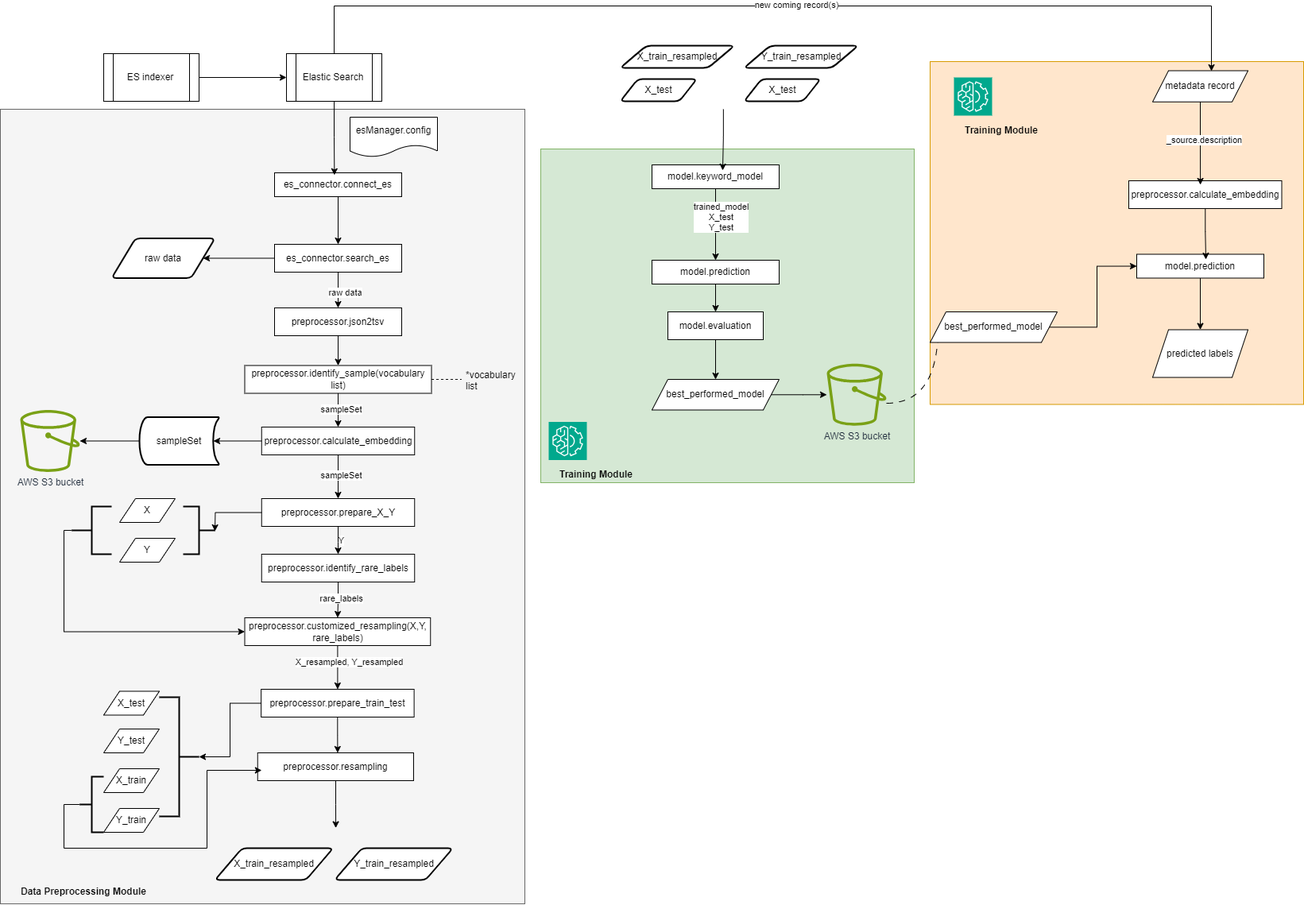
The draw.io diagram notebooks/data-discovery-ai-framework.drawio.png in aodn/data-discovery-ai, before a commit. Source tidied: cells renumbered, new cells last; positions are measured from the earlier drawing's top-left corner, leaving out a move shared by most shapes.
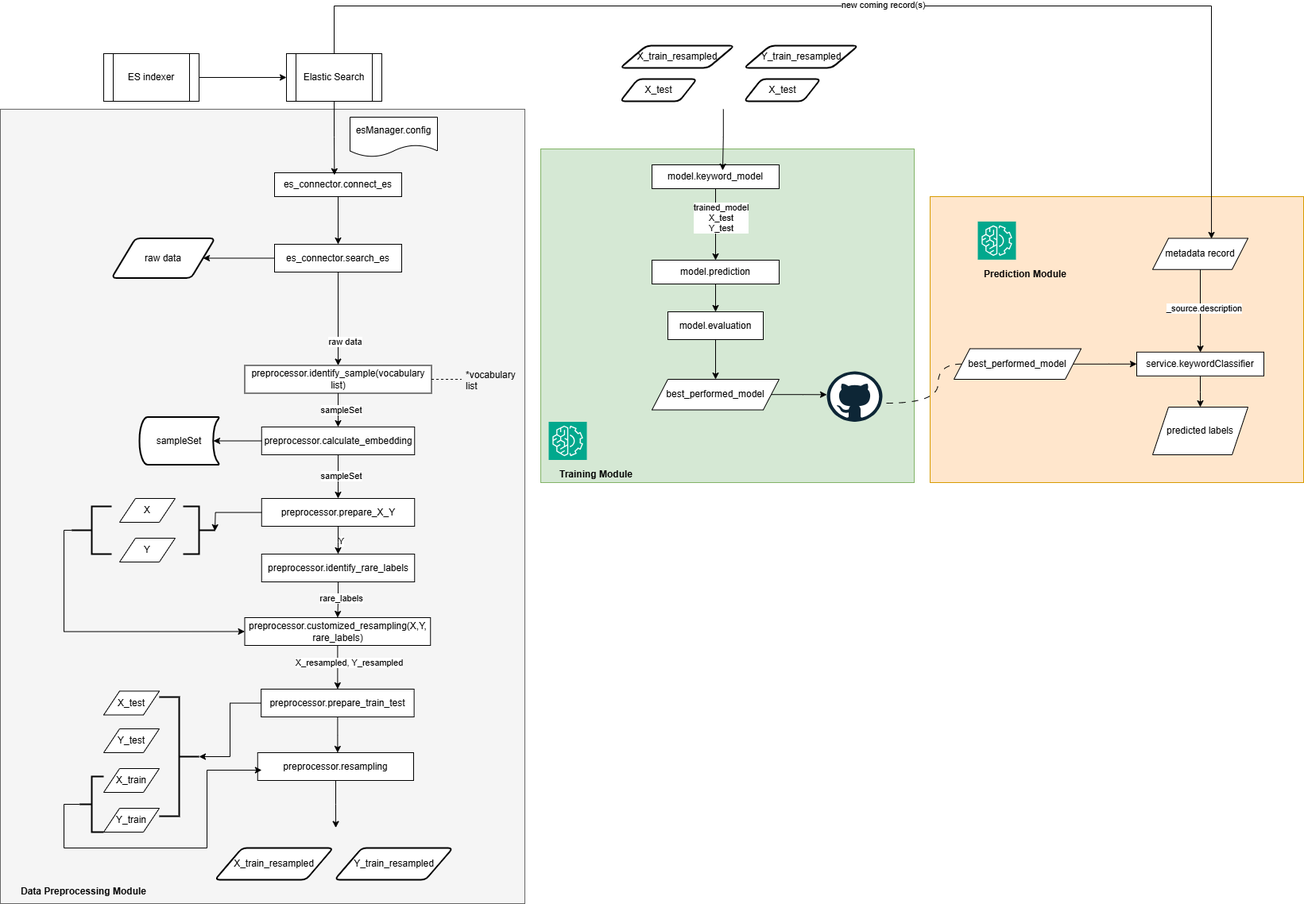
After the commit.

The edit, as a diff of the source:
```diff
@@ -3,7 +3,7 @@
     <mxCell id="0" />
     <mxCell id="1" parent="0" />
     <mxCell id="2" style="rounded=0;whiteSpace=wrap;html=1;fillColor=#ffe6cc;strokeColor=#d79b00;" parent="1" vertex="1">
-      <mxGeometry x="1170" y="70" width="470" height="431.5" as="geometry" />
+      <mxGeometry x="1170" y="240" width="470" height="360" as="geometry" />
     </mxCell>
     <mxCell id="3" style="rounded=0;whiteSpace=wrap;html=1;fillColor=#f5f5f5;fontColor=#333333;strokeColor=#666666;" parent="1" vertex="1">
       <mxGeometry y="130" width="660" height="1000" as="geometry" />
@@ -32,7 +32,7 @@
     <mxCell id="11" style="edgeStyle=orthogonalEdgeStyle;rounded=0;jettySize=auto;html=1;entryX=1;entryY=0.5;entryDx=0;entryDy=0;" parent="1" edge="1" source="14" target="15">
       <mxGeometry relative="1" as="geometry" />
     </mxCell>
-    <mxCell id="12" style="edgeStyle=orthogonalEdgeStyle;rounded=0;jettySize=auto;html=1;entryX=0.5;entryY=0;entryDx=0;entryDy=0;" parent="1" edge="1" source="14" target="17">
+    <mxCell id="12" style="edgeStyle=orthogonalEdgeStyle;rounded=0;jettySize=auto;html=1;" parent="1" edge="1" source="14" target="20">
       <mxGeometry relative="1" as="geometry" />
     </mxCell>
     <mxCell id="13" value="raw data" style="edgeLabel;html=1;align=center;verticalAlign=middle;" parent="12" vertex="1">
@@ -46,12 +46,6 @@
     <mxCell id="15" value="raw data" style="shape=parallelogram;html=1;strokeWidth=2;perimeter=parallelogramPerimeter;whiteSpace=wrap;rounded=1;arcSize=12;size=0.23;" parent="1" vertex="1">
       <mxGeometry x="140" y="292.5" width="130" height="50" as="geometry" />
     </mxCell>
-    <mxCell id="16" style="edgeStyle=orthogonalEdgeStyle;rounded=0;jettySize=auto;html=1;entryX=0.5;entryY=0;entryDx=0;entryDy=0;" parent="1" edge="1" source="17" target="20">
-      <mxGeometry relative="1" as="geometry" />
-    </mxCell>
-    <mxCell id="17" value="preprocessor.json2tsv" style="rounded=0;whiteSpace=wrap;html=1;" parent="1" vertex="1">
-      <mxGeometry x="345" y="380" width="160" height="35" as="geometry" />
-    </mxCell>
     <mxCell id="18" style="edgeStyle=orthogonalEdgeStyle;rounded=0;jettySize=auto;html=1;" parent="1" edge="1" source="20" target="28">
       <mxGeometry relative="1" as="geometry" />
     </mxCell>
@@ -188,15 +182,9 @@
     <mxCell id="55" value="&lt;b&gt;Data Preprocessing Module&lt;/b&gt;" style="text;html=1;align=center;verticalAlign=middle;whiteSpace=wrap;rounded=0;" parent="1" vertex="1">
       <mxGeometry x="10" y="1100" width="190" height="30" as="geometry" />
     </mxCell>
-    <mxCell id="56" style="edgeStyle=orthogonalEdgeStyle;rounded=0;jettySize=auto;html=1;" parent="1" edge="1" source="57" target="58">
-      <mxGeometry relative="1" as="geometry" />
-    </mxCell>
     <mxCell id="57" value="sampleSet" style="strokeWidth=2;html=1;shape=mxgraph.flowchart.stored_data;whiteSpace=wrap;" parent="1" vertex="1">
       <mxGeometry x="175" y="517.5" width="100" height="60" as="geometry" />
     </mxCell>
-    <mxCell id="58" value="AWS S3 bucket" style="sketch=0;outlineConnect=0;fontColor=#232F3E;gradientColor=none;fillColor=#7AA116;strokeColor=none;dashed=0;verticalLabelPosition=bottom;verticalAlign=top;align=center;html=1;fontSize=12;fontStyle=0;shape=mxgraph.aws4.bucket;" parent="1" vertex="1">
-      <mxGeometry x="25" y="508.5" width="75" height="78" as="geometry" />
-    </mxCell>
     <mxCell id="59" style="edgeStyle=orthogonalEdgeStyle;rounded=0;jettySize=auto;html=1;entryX=0.93;entryY=0.5;entryDx=0;entryDy=0;entryPerimeter=0;" parent="1" edge="1" source="28" target="57">
       <mxGeometry relative="1" as="geometry" />
     </mxCell>
@@ -248,22 +236,22 @@
     <mxCell id="75" value="model.evaluation" style="whiteSpace=wrap;html=1;rounded=0;" parent="1" vertex="1">
       <mxGeometry x="840" y="385" width="120" height="35" as="geometry" />
     </mxCell>
-    <mxCell id="76" style="edgeStyle=orthogonalEdgeStyle;rounded=0;jettySize=auto;html=1;" parent="1" edge="1" source="77" target="79">
-      <mxGeometry relative="1" as="geometry" />
+    <mxCell id="76" style="edgeStyle=orthogonalEdgeStyle;rounded=0;jettySize=auto;html=1;" parent="1" edge="1" source="77">
+      <mxGeometry relative="1" as="geometry">
+        <mxPoint x="1040" y="489.3" as="targetPoint" />
+      </mxGeometry>
     </mxCell>
     <mxCell id="77" value="best_performed_model" style="shape=parallelogram;perimeter=parallelogramPerimeter;whiteSpace=wrap;html=1;fixedSize=1;" parent="1" vertex="1">
       <mxGeometry x="820" y="470" width="160" height="38.5" as="geometry" />
     </mxCell>
-    <mxCell id="78" style="edgeStyle=orthogonalEdgeStyle;rounded=0;jettySize=auto;html=1;entryX=0;entryY=0.5;entryDx=0;entryDy=0;endArrow=none;endFill=0;curved=1;dashed=1;dashPattern=8 8;" parent="1" edge="1" source="79" target="82">
+    <mxCell id="78" style="edgeStyle=orthogonalEdgeStyle;rounded=0;jettySize=auto;html=1;entryX=0;entryY=0.5;entryDx=0;entryDy=0;endArrow=none;endFill=0;curved=1;dashed=1;dashPattern=8 8;" parent="1" edge="1" target="82">
       <mxGeometry relative="1" as="geometry">
+        <mxPoint x="1115" y="500" as="sourcePoint" />
         <Array as="points">
           <mxPoint x="1180" y="500" />
         </Array>
       </mxGeometry>
     </mxCell>
-    <mxCell id="79" value="AWS S3 bucket" style="sketch=0;outlineConnect=0;fontColor=#232F3E;gradientColor=none;fillColor=#7AA116;strokeColor=none;dashed=0;verticalLabelPosition=bottom;verticalAlign=top;align=center;html=1;fontSize=12;fontStyle=0;shape=mxgraph.aws4.bucket;" parent="1" vertex="1">
-      <mxGeometry x="1040" y="450.2" width="75" height="78" as="geometry" />
-    </mxCell>
     <mxCell id="80" value="&lt;b&gt;Training Module&lt;/b&gt;" style="text;html=1;align=center;verticalAlign=middle;whiteSpace=wrap;rounded=0;" parent="1" vertex="1">
       <mxGeometry x="680" y="575" width="140" height="30" as="geometry" />
     </mxCell>
@@ -271,10 +259,10 @@
       <mxGeometry relative="1" as="geometry" />
     </mxCell>
     <mxCell id="82" value="best_performed_model" style="shape=parallelogram;perimeter=parallelogramPerimeter;whiteSpace=wrap;html=1;fixedSize=1;" parent="1" vertex="1">
-      <mxGeometry x="1170" y="385" width="160" height="38.5" as="geometry" />
+      <mxGeometry x="1200" y="431.5" width="160" height="38.5" as="geometry" />
     </mxCell>
     <mxCell id="83" value="metadata record" style="shape=parallelogram;perimeter=parallelogramPerimeter;whiteSpace=wrap;html=1;fixedSize=1;" parent="1" vertex="1">
-      <mxGeometry x="1450" y="81.5" width="120" height="39.2" as="geometry" />
+      <mxGeometry x="1450" y="292.5" width="120" height="39.2" as="geometry" />
     </mxCell>
     <mxCell id="84" style="edgeStyle=orthogonalEdgeStyle;rounded=0;jettySize=auto;html=1;entryX=0.617;entryY=0.013;entryDx=0;entryDy=0;entryPerimeter=0;" parent="1" edge="1" source="6" target="83">
       <mxGeometry relative="1" as="geometry">
@@ -287,11 +275,10 @@
     <mxCell id="85" value="new coming record(s)" style="edgeLabel;html=1;align=center;verticalAlign=middle;" parent="84" vertex="1">
       <mxGeometry x="0.03" y="2" relative="1" as="geometry" />
     </mxCell>
-    <mxCell id="86" value="preprocessor.calculate_embedding&lt;span style=&quot;color: rgba(0, 0, 0, 0); font-family: monospace; font-size: 0px; text-align: start; text-wrap: nowrap;&quot;&gt;%3CmxGraphModel%3E%3Croot%3E%3CmxCell%20id%3D%220%22%2F%3E%3CmxCell%20id%3D%221%22%20parent%3D%220%22%2F%3E%3CmxCell%20id%3D%222%22%20value%3D%22preprocessor.json2tsv%22%20style%3D%22rounded%3D0%3BwhiteSpace%3Dwrap%3Bhtml%3D1%3B%22%20vertex%3D%221%22%20parent%3D%221%22%3E%3CmxGeometry%20x%3D%22265%22%20y%3D%22340%22%20width%3D%22160%22%20height%3D%2235%22%20as%3D%22geometry%22%2F%3E%3C%2FmxCell%3E%3C%2Froot%3E%3C%2FmxGraphModel%3E&lt;/span&gt;" style="rounded=0;whiteSpace=wrap;html=1;" parent="1" vertex="1">
-      <mxGeometry x="1420" y="220" width="192.5" height="35" as="geometry" />
-    </mxCell>
-    <mxCell id="87" style="edgeStyle=orthogonalEdgeStyle;rounded=0;jettySize=auto;html=1;entryX=0.468;entryY=0.143;entryDx=0;entryDy=0;entryPerimeter=0;" parent="1" edge="1" source="83" target="86">
-      <mxGeometry relative="1" as="geometry" />
+    <mxCell id="87" style="edgeStyle=orthogonalEdgeStyle;rounded=0;jettySize=auto;html=1;entryX=0.468;entryY=0.143;entryDx=0;entryDy=0;entryPerimeter=0;" parent="1" edge="1" source="83">
+      <mxGeometry relative="1" as="geometry">
+        <mxPoint x="1510.1" y="436" as="targetPoint" />
+      </mxGeometry>
     </mxCell>
     <mxCell id="88" value="_source.description" style="edgeLabel;html=1;align=center;verticalAlign=middle;" parent="87" vertex="1">
       <mxGeometry x="-0.09" y="4" relative="1" as="geometry" />
@@ -299,20 +286,20 @@
     <mxCell id="89" style="edgeStyle=orthogonalEdgeStyle;rounded=0;jettySize=auto;html=1;" parent="1" edge="1" source="90" target="92">
       <mxGeometry relative="1" as="geometry" />
     </mxCell>
-    <mxCell id="90" value="model.prediction" style="rounded=0;whiteSpace=wrap;html=1;" parent="1" vertex="1">
-      <mxGeometry x="1430" y="312.5" width="160" height="30" as="geometry" />
+    <mxCell id="90" value="service.keywordClassifier" style="rounded=0;whiteSpace=wrap;html=1;" parent="1" vertex="1">
+      <mxGeometry x="1430" y="435.8" width="160" height="30" as="geometry" />
     </mxCell>
-    <mxCell id="91" style="edgeStyle=orthogonalEdgeStyle;rounded=0;jettySize=auto;html=1;entryX=0.544;entryY=0.217;entryDx=0;entryDy=0;entryPerimeter=0;" parent="1" edge="1" source="86" target="90">
-      <mxGeometry relative="1" as="geometry" />
-    </mxCell>
     <mxCell id="92" value="predicted labels" style="shape=parallelogram;perimeter=parallelogramPerimeter;whiteSpace=wrap;html=1;fixedSize=1;rounded=0;" parent="1" vertex="1">
-      <mxGeometry x="1450" y="407.5" width="120" height="60" as="geometry" />
+      <mxGeometry x="1450" y="505" width="120" height="60" as="geometry" />
     </mxCell>
     <mxCell id="93" style="sketch=0;fontColor=#232F3E;fillColor=#01A88D;strokeColor=#ffffff;dashed=0;verticalLabelPosition=bottom;verticalAlign=top;align=center;html=1;fontSize=12;fontStyle=0;shape=mxgraph.aws4.resourceIcon;resIcon=mxgraph.aws4.machine_learning;" parent="1" vertex="1">
-      <mxGeometry x="1200" y="90" width="48" height="48" as="geometry" />
+      <mxGeometry x="1230" y="271.4" width="48" height="48" as="geometry" />
     </mxCell>
-    <mxCell id="94" value="&lt;b&gt;Training Module&lt;/b&gt;" style="text;html=1;align=center;verticalAlign=middle;whiteSpace=wrap;rounded=0;" parent="1" vertex="1">
-      <mxGeometry x="1190" y="141.5" width="140" height="30" as="geometry" />
+    <mxCell id="94" value="&lt;b&gt;Prediction Module&lt;/b&gt;" style="text;html=1;align=center;verticalAlign=middle;whiteSpace=wrap;rounded=0;" parent="1" vertex="1">
+      <mxGeometry x="1220" y="322.9" width="140" height="30" as="geometry" />
     </mxCell>
+    <mxCell id="95" style="dashed=0;html=1;align=center;labelPosition=center;verticalLabelPosition=bottom;verticalAlign=top;shape=mxgraph.weblogos.github;" parent="1" vertex="1">
+      <mxGeometry x="1040" y="460" width="70" height="63.5" as="geometry" />
+    </mxCell>
   </root>
 </mxGraphModel>
```
